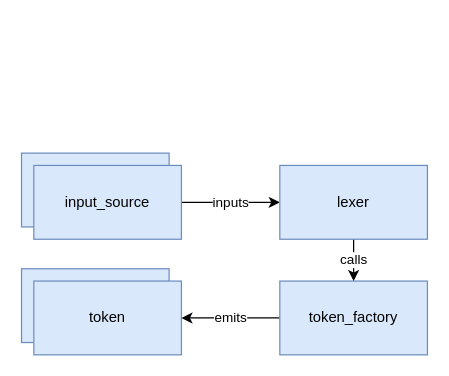
This is documentation/img/lexer_arch.drawio from michalbali256/HlasmPlugin-docs, a draw.io file, before an edit. Source tidied: cells renumbered, new cells numbered last; positions are measured from the earlier drawing's top-left corner, leaving out a move shared by most shapes. Both pictures are drawn from the tidied source at 123%, with x=0, y=0 at pixel (21, 153).
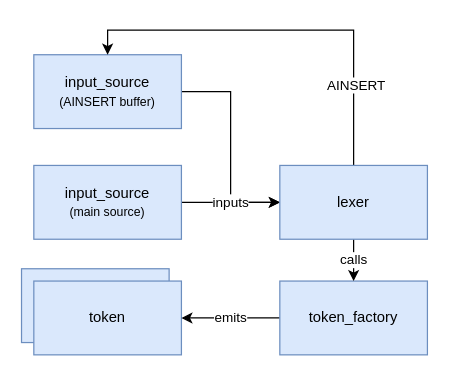
After the change.

Diff of the diagram source:
```diff
@@
 <mxGraphModel>
   <root>
     <mxCell id="0" />
     <mxCell id="1" parent="0" />
     <mxCell id="2" value="token" style="rounded=0;whiteSpace=wrap;html=1;flipV=0;flipH=1;direction=east;verticalAlign=middle;fillColor=#dae8fc;strokeColor=#6c8ebf;" parent="1" vertex="1">
       <mxGeometry y="94" width="120" height="60" as="geometry" />
     </mxCell>
     <mxCell id="3" value="token" style="rounded=0;whiteSpace=wrap;html=1;flipV=0;flipH=1;direction=east;verticalAlign=middle;fillColor=#dae8fc;strokeColor=#6c8ebf;" parent="1" vertex="1">
       <mxGeometry x="10" y="104" width="120" height="60" as="geometry" />
     </mxCell>
     <mxCell id="4" value="&lt;div&gt;emits&lt;/div&gt;" style="edgeStyle=orthogonalEdgeStyle;rounded=0;jettySize=auto;html=1;" parent="1" edge="1" source="5" target="3">
       <mxGeometry relative="1" as="geometry" />
     </mxCell>
     <mxCell id="5" value="token_factory" style="rounded=0;whiteSpace=wrap;html=1;flipV=0;flipH=1;direction=east;verticalAlign=middle;fillColor=#dae8fc;strokeColor=#6c8ebf;" parent="1" vertex="1">
       <mxGeometry x="210" y="104" width="120" height="60" as="geometry" />
     </mxCell>
+    <mxCell id="11" style="edgeStyle=orthogonalEdgeStyle;rounded=0;jettySize=auto;html=1;entryX=0;entryY=0.5;entryDx=0;entryDy=0;" parent="1" edge="1" source="6" target="10">
+      <mxGeometry relative="1" as="geometry" />
+    </mxCell>
-    <mxCell id="6" style="rounded=0;whiteSpace=wrap;html=1;fillColor=#dae8fc;strokeColor=#6c8ebf;" parent="1" vertex="1">
-      <mxGeometry width="120" height="60" as="geometry" />
+    <mxCell id="6" value="&lt;div&gt;input_source&lt;/div&gt;&lt;div&gt;&lt;font style=&quot;font-size: 10px&quot;&gt;(AINSERT buffer)&lt;/font&gt;&lt;br&gt;&lt;/div&gt;" style="rounded=0;whiteSpace=wrap;html=1;fillColor=#dae8fc;strokeColor=#6c8ebf;" parent="1" vertex="1">
+      <mxGeometry x="10" y="-80" width="120" height="60" as="geometry" />
     </mxCell>
     <mxCell id="7" value="&lt;div&gt;inputs&lt;/div&gt;" style="edgeStyle=orthogonalEdgeStyle;rounded=0;jettySize=auto;html=1;" parent="1" edge="1" source="8" target="10">
       <mxGeometry relative="1" as="geometry" />
     </mxCell>
-    <mxCell id="8" value="input_source" style="rounded=0;whiteSpace=wrap;html=1;fillColor=#dae8fc;strokeColor=#6c8ebf;" parent="1" vertex="1">
+    <mxCell id="8" value="&lt;div&gt;input_source&lt;/div&gt;&lt;div&gt;&lt;font style=&quot;font-size: 10px&quot;&gt;(main source)&lt;/font&gt;&lt;/div&gt;" style="rounded=0;whiteSpace=wrap;html=1;fillColor=#dae8fc;strokeColor=#6c8ebf;" parent="1" vertex="1">
       <mxGeometry x="10" y="10" width="120" height="60" as="geometry" />
     </mxCell>
     <mxCell id="9" value="&lt;div&gt;calls&lt;/div&gt;" style="edgeStyle=orthogonalEdgeStyle;rounded=0;jettySize=auto;html=1;" parent="1" edge="1" source="10" target="5">
       <mxGeometry relative="1" as="geometry" />
     </mxCell>
+    <mxCell id="12" style="edgeStyle=orthogonalEdgeStyle;rounded=0;jettySize=auto;html=1;entryX=0.5;entryY=0;entryDx=0;entryDy=0;" parent="1" edge="1" source="10" target="6">
+      <mxGeometry relative="1" as="geometry">
+        <Array as="points">
+          <mxPoint x="270" y="-100" />
+          <mxPoint x="70" y="-100" />
+        </Array>
+      </mxGeometry>
+    </mxCell>
+    <mxCell id="13" value="&lt;div&gt;AINSERT&lt;/div&gt;" style="edgeLabel;html=1;align=center;verticalAlign=middle;" parent="12" vertex="1">
+      <mxGeometry x="-0.6" y="-1" relative="1" as="geometry" />
+    </mxCell>
     <mxCell id="10" value="&lt;div&gt;lexer&lt;/div&gt;" style="rounded=0;whiteSpace=wrap;html=1;fillColor=#dae8fc;strokeColor=#6c8ebf;" parent="1" vertex="1">
       <mxGeometry x="210" y="10" width="120" height="60" as="geometry" />
     </mxCell>
   </root>
 </mxGraphModel>
```
